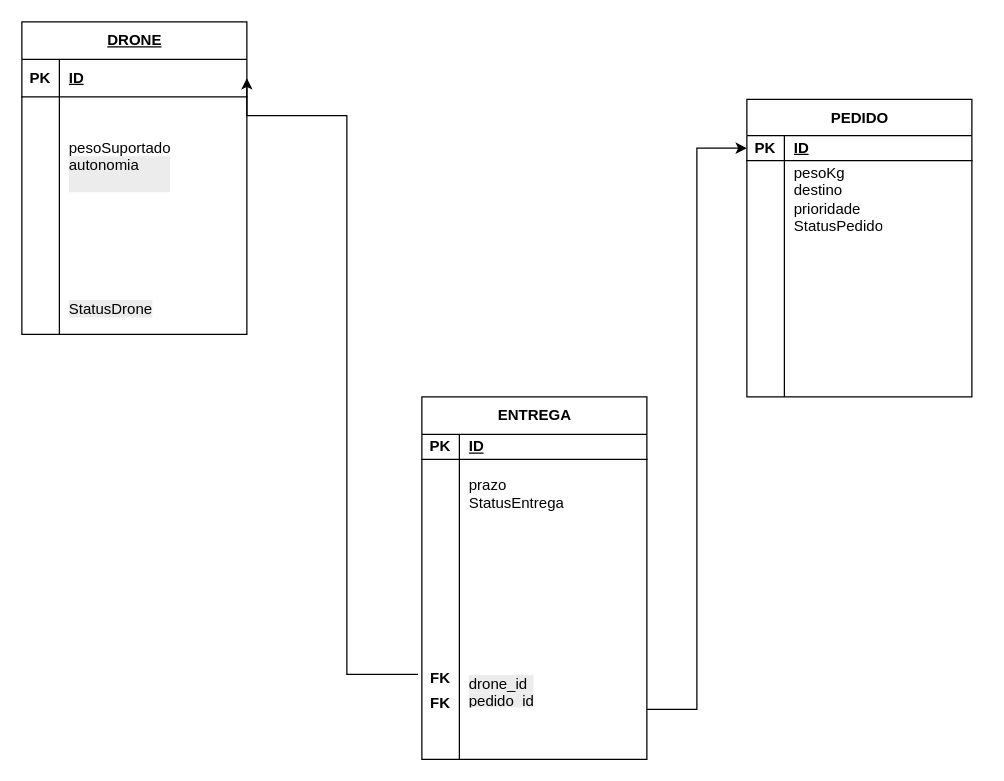
This is DiagramaEntidadesV1.drawio from nathaliaCandioto/Case_Entregas, a draw.io file, before an edit. Source tidied: cells renumbered, new cells numbered last; positions are measured from the earlier drawing's top-left corner, leaving out a move shared by most shapes. Both pictures are drawn from the tidied source at 125%, with x=0, y=0 at pixel (21, 21).
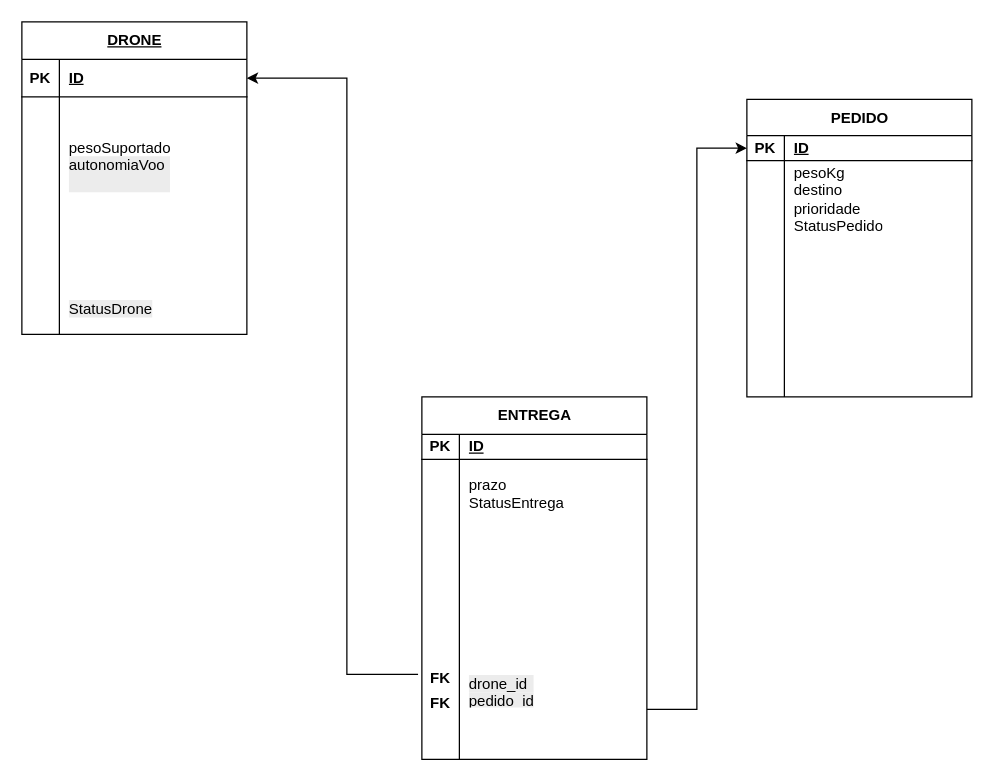
After the change.

Commit message (it also covers changes not shown here):
atualizacao de doc/ criacao  collection do Postman

Unchanged cells that the change refers to:
```xml
<mxCell id="52" style="shape=tableRow;horizontal=0;startSize=0;swimlaneHead=0;swimlaneBody=0;fillColor=none;points=[[0,0.5],[1,0.5]];portConstraint=eastwest;top=0;left=0;right=0;bottom=0;" parent="32" vertex="1">
  <mxGeometry y="220" width="180" height="30" as="geometry" />
</mxCell>
<mxCell id="65" style="shape=tableRow;horizontal=0;startSize=0;swimlaneHead=0;swimlaneBody=0;fillColor=none;points=[[0,0.5],[1,0.5]];portConstraint=eastwest;top=0;left=0;right=0;bottom=1;" parent="64" vertex="1">
  <mxGeometry y="30" width="180" height="30" as="geometry" />
</mxCell>
<mxCell id="68" style="shape=tableRow;horizontal=0;startSize=0;swimlaneHead=0;swimlaneBody=0;fillColor=none;top=0;left=0;right=0;bottom=0;" parent="64" vertex="1">
  <mxGeometry y="60" width="180" height="110" as="geometry" />
</mxCell>
```

Diff of the diagram source:
```diff
@@
     <mxCell id="63" style="edgeStyle=orthogonalEdgeStyle;rounded=0;jettySize=auto;html=1;entryX=1;entryY=0.5;entryDx=0;entryDy=0;exitX=-0.017;exitY=0.067;exitDx=0;exitDy=0;exitPerimeter=0;" parent="1" edge="1" source="52" target="65">
       <mxGeometry relative="1" as="geometry">
         <Array as="points">
           <mxPoint x="260" y="522" />
-          <mxPoint x="260" y="75" />
+          <mxPoint x="260" y="45" />
         </Array>
       </mxGeometry>
     </mxCell>
@@
-    <mxCell id="70" value="pesoSuportado&lt;br&gt;&lt;div style=&quot;forced-color-adjust: none; color: rgb(0, 0, 0); font-family: Helvetica; font-size: 12px; font-style: normal; font-variant-ligatures: normal; font-variant-caps: normal; font-weight: 400; letter-spacing: normal; orphans: 2; text-align: left; text-indent: 0px; text-transform: none; widows: 2; word-spacing: 0px; -webkit-text-stroke-width: 0px; white-space: normal; background-color: rgb(236, 236, 236); text-decoration-thickness: initial; text-decoration-style: initial; text-decoration-color: initial;&quot;&gt;autonomia&lt;/div&gt;&lt;div style=&quot;forced-color-adjust: none; color: rgb(0, 0, 0); font-family: Helvetica; font-size: 12px; font-style: normal; font-variant-ligatures: normal; font-variant-caps: normal; font-weight: 400; letter-spacing: normal; orphans: 2; text-align: left; text-indent: 0px; text-transform: none; widows: 2; word-spacing: 0px; -webkit-text-stroke-width: 0px; white-space: normal; background-color: rgb(236, 236, 236); text-decoration-thickness: initial; text-decoration-style: initial; text-decoration-color: initial;&quot;&gt;&lt;br&gt;&lt;/div&gt;" style="shape=partialRectangle;fillColor=none;top=0;left=0;bottom=0;right=0;align=left;spacingLeft=6;overflow=hidden;whiteSpace=wrap;html=1;" parent="68" vertex="1">
+    <mxCell id="70" value="pesoSuportado&lt;br&gt;&lt;div style=&quot;forced-color-adjust: none; color: rgb(0, 0, 0); font-family: Helvetica; font-size: 12px; font-style: normal; font-variant-ligatures: normal; font-variant-caps: normal; font-weight: 400; letter-spacing: normal; orphans: 2; text-align: left; text-indent: 0px; text-transform: none; widows: 2; word-spacing: 0px; -webkit-text-stroke-width: 0px; white-space: normal; background-color: rgb(236, 236, 236); text-decoration-thickness: initial; text-decoration-style: initial; text-decoration-color: initial;&quot;&gt;autonomiaVoo&lt;/div&gt;&lt;div style=&quot;forced-color-adjust: none; color: rgb(0, 0, 0); font-family: Helvetica; font-size: 12px; font-style: normal; font-variant-ligatures: normal; font-variant-caps: normal; font-weight: 400; letter-spacing: normal; orphans: 2; text-align: left; text-indent: 0px; text-transform: none; widows: 2; word-spacing: 0px; -webkit-text-stroke-width: 0px; white-space: normal; background-color: rgb(236, 236, 236); text-decoration-thickness: initial; text-decoration-style: initial; text-decoration-color: initial;&quot;&gt;&lt;br&gt;&lt;/div&gt;" style="shape=partialRectangle;fillColor=none;top=0;left=0;bottom=0;right=0;align=left;spacingLeft=6;overflow=hidden;whiteSpace=wrap;html=1;" parent="68" vertex="1">
       <mxGeometry x="30" width="150" height="110" as="geometry" />
     </mxCell>
```
